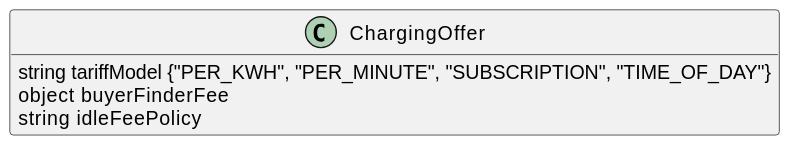
Above: docs/schema/EvChargingOffer/v1/attributes.svg in beckn/protocol-specifications-new (PlantUML), before the change. Source of this version:
```plantuml
@startuml
hide empty members
set namespaceSeparator none


class ChargingOffer {
    {field} string tariffModel {"PER_KWH", "PER_MINUTE", "SUBSCRIPTION", "TIME_OF_DAY"}
    {field} object buyerFinderFee
    {field} string idleFeePolicy
}
@enduml
```
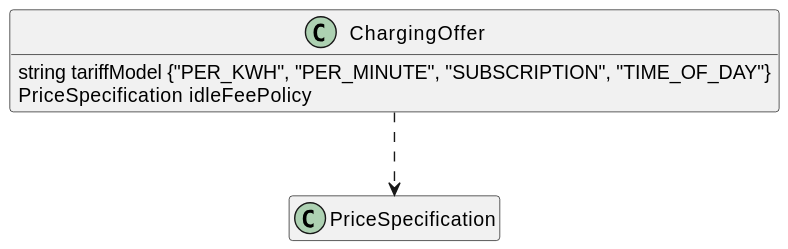
The same file after the commit.

The edit, as a diff of the source:
```diff
@@ -5,7 +5,8 @@
 
 class ChargingOffer {
     {field} string tariffModel {"PER_KWH", "PER_MINUTE", "SUBSCRIPTION", "TIME_OF_DAY"}
-    {field} object buyerFinderFee
-    {field} string idleFeePolicy
+    {field} PriceSpecification idleFeePolicy
 }
+
+ChargingOffer ..> PriceSpecification
 @enduml
```
